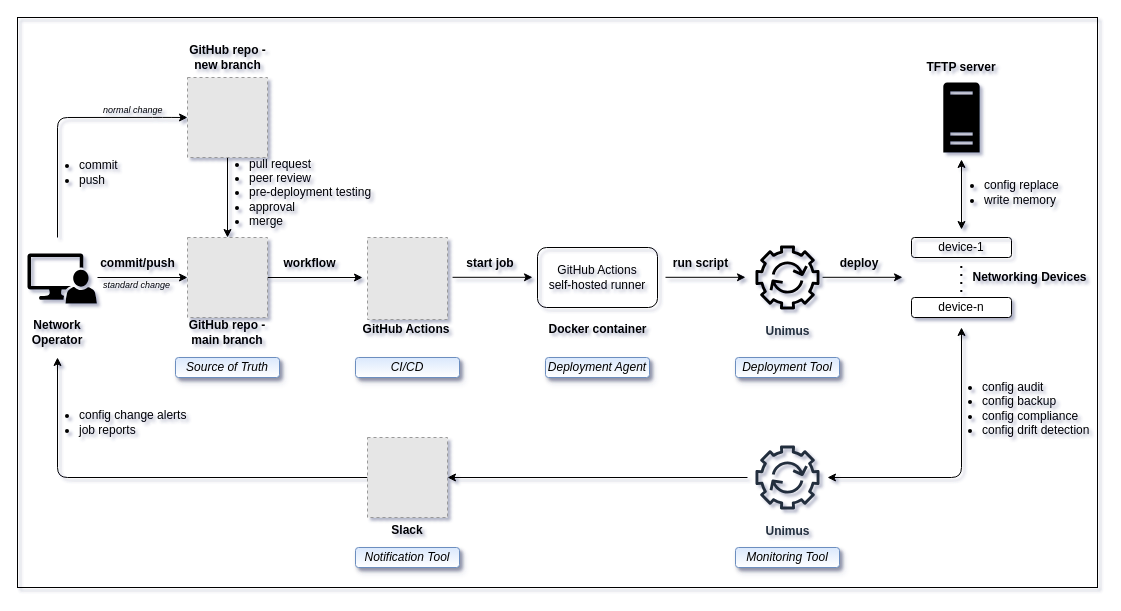
This is diagram-network-automation-github-actions.drawio from gdmoney/network-automation-github-actions, a draw.io file, before an edit. Source tidied: cells renumbered, new cells numbered last; positions are measured from the earlier drawing's top-left corner, leaving out a move shared by most shapes. Both pictures are drawn from the tidied source at 100%, with x=0, y=0 at pixel (17, 17). Pictures stored in the file or linked from it are replaced by grey dashed boxes.
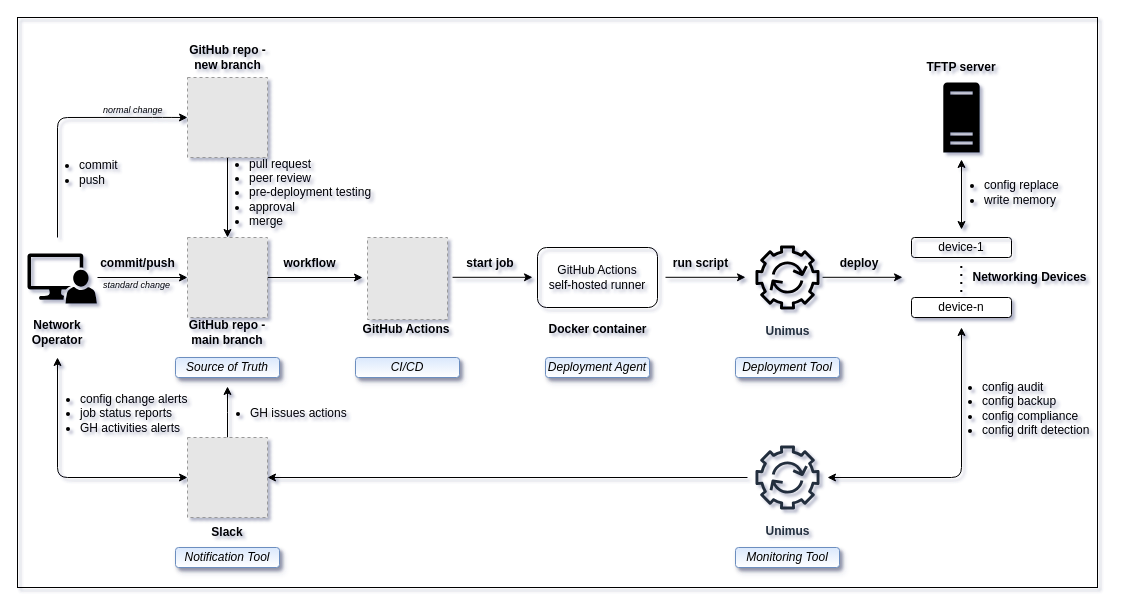
After the change.

Change to the diagram source:
```diff
@@
-    <mxCell id="27" style="endArrow=classic;html=1;exitX=0;exitY=0.5;exitDx=0;exitDy=0;" parent="1" edge="1" source="41">
+    <mxCell id="27" style="endArrow=classic;html=1;exitX=0;exitY=0.5;exitDx=0;exitDy=0;startArrow=classic;startFill=1;" parent="1" edge="1" source="41">
       <mxGeometry relative="1" as="geometry">
         <mxPoint x="40" y="340" as="targetPoint" />
         <Array as="points">
           <mxPoint x="40" y="460" />
         </Array>
       </mxGeometry>
     </mxCell>
@@
-    <mxCell id="29" value="&lt;ul&gt;&lt;li&gt;config change alerts&lt;/li&gt;&lt;li&gt;job reports&lt;/li&gt;&lt;/ul&gt;" style="text;html=1;strokeColor=none;fillColor=none;align=left;verticalAlign=middle;whiteSpace=wrap;rounded=0;" parent="1" vertex="1">
-      <mxGeometry x="20" y="390" width="155" height="30" as="geometry" />
+    <mxCell id="29" value="&lt;ul&gt;&lt;li&gt;config change alerts&lt;/li&gt;&lt;li&gt;job status reports&lt;/li&gt;&lt;li&gt;GH activities alerts&lt;/li&gt;&lt;/ul&gt;" style="text;html=1;strokeColor=none;fillColor=none;align=left;verticalAlign=middle;whiteSpace=wrap;rounded=0;" parent="1" vertex="1">
+      <mxGeometry x="21" y="370" width="157" height="51" as="geometry" />
     </mxCell>
@@
+    <mxCell id="52" style="edgeStyle=orthogonalEdgeStyle;rounded=0;jettySize=auto;html=1;" parent="1" edge="1" source="41">
+      <mxGeometry relative="1" as="geometry">
+        <mxPoint x="210" y="369" as="targetPoint" />
+      </mxGeometry>
+    </mxCell>
     <mxCell id="41" style="fillColor=#E6E6E6;strokeColor=#999999;dashed=1;html=1;verticalAlign=top;verticalLabelPosition=bottom;labelBackgroundColor=#ffffff;" parent="1" vertex="1">
-      <mxGeometry x="350" y="420" width="80" height="80" as="geometry" />
+      <mxGeometry x="170" y="420" width="80" height="80" as="geometry" />
     </mxCell>
@@
     <mxCell id="43" value="&lt;span&gt;Notification Tool&lt;/span&gt;" style="text;html=1;strokeColor=#6c8ebf;fillColor=#dae8fc;align=center;verticalAlign=middle;whiteSpace=wrap;rounded=1;gradientColor=#ffffff;glass=0;shadow=1;sketch=0;fontStyle=2;labelBackgroundColor=none;labelBorderColor=none;" parent="1" vertex="1">
-      <mxGeometry x="338" y="530" width="104" height="20" as="geometry" />
+      <mxGeometry x="158" y="530" width="104" height="20" as="geometry" />
     </mxCell>
@@
     <mxCell id="45" value="&lt;b&gt;Slack&lt;br&gt;&lt;/b&gt;" style="text;html=1;strokeColor=none;fillColor=none;align=center;verticalAlign=middle;whiteSpace=wrap;rounded=0;" parent="1" vertex="1">
-      <mxGeometry x="345" y="503" width="90" height="20" as="geometry" />
+      <mxGeometry x="165" y="505" width="90" height="20" as="geometry" />
     </mxCell>
@@
+    <mxCell id="53" value="&lt;ul&gt;&lt;li&gt;GH issues actions&lt;/li&gt;&lt;/ul&gt;" style="text;html=1;strokeColor=none;fillColor=none;align=left;verticalAlign=middle;whiteSpace=wrap;rounded=0;" parent="1" vertex="1">
+      <mxGeometry x="191" y="370" width="157" height="51" as="geometry" />
+    </mxCell>
```
